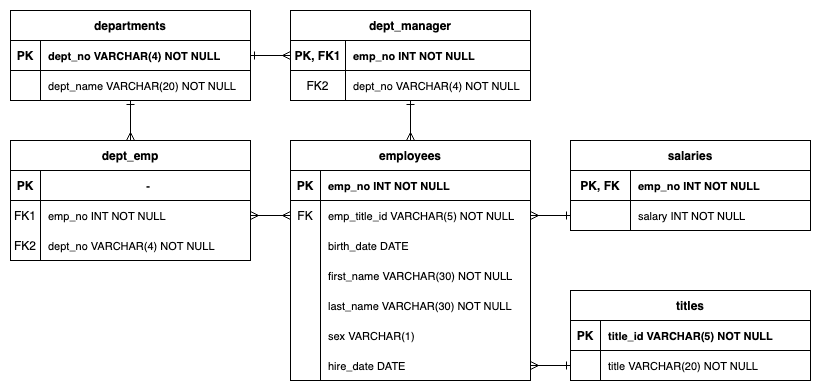
Above: ERD.png in alyssahondrade/sql-challenge (draw.io), before the change. Source tidied: cells renumbered, new cells last; positions are measured from the earlier drawing's top-left corner, leaving out a move shared by most shapes.
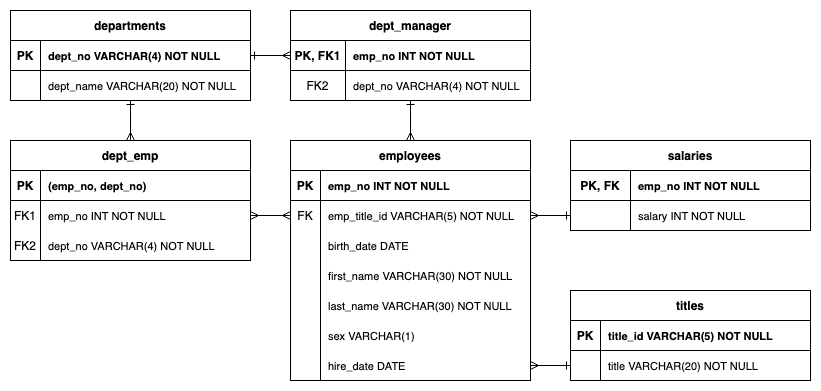
After the commit.

Commit message:
updated ERD to reflect composite key as PK for dept_emp

Diff of the diagram source:
```diff
@@ -101,7 +101,7 @@
     <mxCell id="34" value="PK" style="shape=partialRectangle;overflow=hidden;fillColor=none;top=0;left=0;bottom=0;right=0;fontStyle=1;" parent="33" vertex="1">
       <mxGeometry width="30" height="30" as="geometry" />
     </mxCell>
-    <mxCell id="35" value="-" style="shape=partialRectangle;overflow=hidden;fillColor=none;top=0;left=0;bottom=0;right=0;align=center;spacingLeft=6;fontStyle=1;fontSize=11;" parent="33" vertex="1">
+    <mxCell id="35" value="(emp_no, dept_no)" style="shape=partialRectangle;overflow=hidden;fillColor=none;top=0;left=0;bottom=0;right=0;align=left;spacingLeft=6;fontStyle=1;fontSize=11;" parent="33" vertex="1">
       <mxGeometry x="30" width="210" height="30" as="geometry" />
     </mxCell>
     <mxCell id="36" style="shape=partialRectangle;fillColor=none;points=[[0,0.5],[1,0.5]];portConstraint=eastwest;top=0;left=0;right=0;bottom=0;" parent="32" vertex="1">
```
